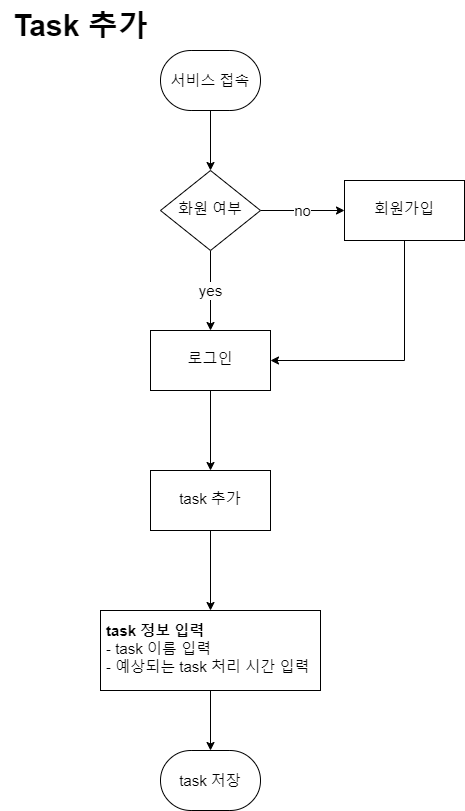
This is timetodo-flowchart/adding tasks.png from MEOHIN/todo-pe, a draw.io export, as it was before one commit. Source tidied: cells renumbered, new cells last; positions are measured from the earlier drawing's top-left corner, leaving out a move shared by most shapes. The source it was exported from:
```xml
<mxGraphModel>
  <root>
    <mxCell id="0" />
    <mxCell id="1" parent="0" />
    <mxCell id="2" value="no" style="edgeStyle=orthogonalEdgeStyle;rounded=0;jettySize=auto;html=1;entryX=0;entryY=0.5;entryDx=0;entryDy=0;fontSize=15;strokeWidth=1;" parent="1" edge="1" source="4" target="8">
      <mxGeometry relative="1" as="geometry" />
    </mxCell>
    <mxCell id="3" value="yes" style="edgeStyle=orthogonalEdgeStyle;rounded=0;jettySize=auto;html=1;fontSize=15;strokeWidth=1;" parent="1" edge="1" source="4" target="11">
      <mxGeometry relative="1" as="geometry" />
    </mxCell>
    <mxCell id="4" value="화원 여부" style="rhombus;whiteSpace=wrap;html=1;shadow=0;fontFamily=Helvetica;fontSize=15;align=center;strokeWidth=1;spacing=6;spacingTop=-4;" parent="1" vertex="1">
      <mxGeometry x="160" y="170" width="100" height="80" as="geometry" />
    </mxCell>
    <mxCell id="5" style="group;fontSize=15;strokeWidth=1;" parent="1" vertex="1">
      <mxGeometry x="160" y="50" width="100" height="60" as="geometry" />
    </mxCell>
    <mxCell id="6" value="서비스 접속" style="strokeWidth=1;html=1;shape=mxgraph.flowchart.terminator;whiteSpace=wrap;fontSize=15;" parent="5" vertex="1">
      <mxGeometry width="100" height="60" as="geometry" />
    </mxCell>
    <mxCell id="7" style="edgeStyle=orthogonalEdgeStyle;rounded=0;jettySize=auto;html=1;entryX=1;entryY=0.5;entryDx=0;entryDy=0;exitX=0.5;exitY=1;exitDx=0;exitDy=0;fontSize=15;strokeWidth=1;" parent="1" edge="1" source="8" target="11">
      <mxGeometry relative="1" as="geometry" />
    </mxCell>
    <mxCell id="8" value="회원가입" style="whiteSpace=wrap;html=1;shadow=0;strokeWidth=1;spacing=6;spacingTop=-4;fontSize=15;" parent="1" vertex="1">
      <mxGeometry x="344" y="180" width="120" height="60" as="geometry" />
    </mxCell>
    <mxCell id="9" style="edgeStyle=orthogonalEdgeStyle;rounded=0;jettySize=auto;html=1;fontSize=15;strokeWidth=1;" parent="1" edge="1" source="6">
      <mxGeometry relative="1" as="geometry">
        <mxPoint x="210" y="170" as="targetPoint" />
      </mxGeometry>
    </mxCell>
    <mxCell id="10" style="edgeStyle=orthogonalEdgeStyle;rounded=0;jettySize=auto;html=1;fontSize=15;strokeWidth=1;" parent="1" edge="1" source="11" target="13">
      <mxGeometry relative="1" as="geometry" />
    </mxCell>
    <mxCell id="11" value="로그인" style="whiteSpace=wrap;html=1;shadow=0;strokeWidth=1;spacing=6;spacingTop=-4;fontSize=15;" parent="1" vertex="1">
      <mxGeometry x="150" y="330" width="120" height="60" as="geometry" />
    </mxCell>
    <mxCell id="12" style="edgeStyle=orthogonalEdgeStyle;rounded=0;jettySize=auto;html=1;fontSize=15;strokeWidth=1;" parent="1" edge="1" source="13" target="15">
      <mxGeometry relative="1" as="geometry" />
    </mxCell>
    <mxCell id="13" value="task 추가" style="whiteSpace=wrap;html=1;shadow=0;strokeWidth=1;spacing=6;spacingTop=-4;fontSize=15;" parent="1" vertex="1">
      <mxGeometry x="150" y="470" width="120" height="60" as="geometry" />
    </mxCell>
    <mxCell id="14" style="edgeStyle=orthogonalEdgeStyle;rounded=0;jettySize=auto;html=1;strokeWidth=1;fontSize=15;" parent="1" edge="1" source="15">
      <mxGeometry relative="1" as="geometry">
        <mxPoint x="210" y="750" as="targetPoint" />
      </mxGeometry>
    </mxCell>
    <mxCell id="15" value="&lt;b&gt;task 정보 입력&lt;br style=&quot;font-size: 15px;&quot;&gt;&lt;div style=&quot;&quot;&gt;&lt;span style=&quot;background-color: initial; font-weight: normal;&quot;&gt;- task 이름 입력&lt;/span&gt;&lt;/div&gt;&lt;/b&gt;&lt;font style=&quot;font-size: 15px;&quot;&gt;- 예상되는 task 처리 시간 입력&lt;/font&gt;" style="whiteSpace=wrap;html=1;shadow=0;strokeWidth=1;spacing=6;spacingTop=-4;fontSize=15;align=left;" parent="1" vertex="1">
      <mxGeometry x="100" y="610" width="220" height="80" as="geometry" />
    </mxCell>
    <mxCell id="16" value="task 저장" style="strokeWidth=1;html=1;shape=mxgraph.flowchart.terminator;whiteSpace=wrap;fontSize=15;" parent="1" vertex="1">
      <mxGeometry x="160" y="750" width="100" height="60" as="geometry" />
    </mxCell>
    <mxCell id="17" value="&lt;span style=&quot;font-size: 30px;&quot;&gt;Task 추가&lt;/span&gt;" style="text;html=1;align=center;verticalAlign=middle;strokeColor=none;fillColor=none;fontStyle=1;" parent="1" vertex="1">
      <mxGeometry width="160" height="50" as="geometry" />
    </mxCell>
  </root>
</mxGraphModel>
```
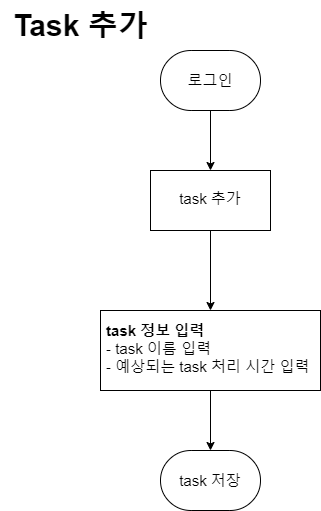
Above is the later version.

Diff of the diagram source:
```diff
@@ -2,38 +2,12 @@
   <root>
     <mxCell id="0" />
     <mxCell id="1" parent="0" />
-    <mxCell id="2" value="no" style="edgeStyle=orthogonalEdgeStyle;rounded=0;jettySize=auto;html=1;entryX=0;entryY=0.5;entryDx=0;entryDy=0;fontSize=15;strokeWidth=1;" parent="1" edge="1" source="4" target="8">
-      <mxGeometry relative="1" as="geometry" />
-    </mxCell>
-    <mxCell id="3" value="yes" style="edgeStyle=orthogonalEdgeStyle;rounded=0;jettySize=auto;html=1;fontSize=15;strokeWidth=1;" parent="1" edge="1" source="4" target="11">
-      <mxGeometry relative="1" as="geometry" />
-    </mxCell>
-    <mxCell id="4" value="화원 여부" style="rhombus;whiteSpace=wrap;html=1;shadow=0;fontFamily=Helvetica;fontSize=15;align=center;strokeWidth=1;spacing=6;spacingTop=-4;" parent="1" vertex="1">
-      <mxGeometry x="160" y="170" width="100" height="80" as="geometry" />
-    </mxCell>
     <mxCell id="5" style="group;fontSize=15;strokeWidth=1;" parent="1" vertex="1">
-      <mxGeometry x="160" y="50" width="100" height="60" as="geometry" />
+      <mxGeometry x="160" y="350" width="100" height="60" as="geometry" />
     </mxCell>
-    <mxCell id="6" value="서비스 접속" style="strokeWidth=1;html=1;shape=mxgraph.flowchart.terminator;whiteSpace=wrap;fontSize=15;" parent="5" vertex="1">
+    <mxCell id="6" value="로그인" style="strokeWidth=1;html=1;shape=mxgraph.flowchart.terminator;whiteSpace=wrap;fontSize=15;" parent="5" vertex="1">
       <mxGeometry width="100" height="60" as="geometry" />
     </mxCell>
-    <mxCell id="7" style="edgeStyle=orthogonalEdgeStyle;rounded=0;jettySize=auto;html=1;entryX=1;entryY=0.5;entryDx=0;entryDy=0;exitX=0.5;exitY=1;exitDx=0;exitDy=0;fontSize=15;strokeWidth=1;" parent="1" edge="1" source="8" target="11">
-      <mxGeometry relative="1" as="geometry" />
-    </mxCell>
-    <mxCell id="8" value="회원가입" style="whiteSpace=wrap;html=1;shadow=0;strokeWidth=1;spacing=6;spacingTop=-4;fontSize=15;" parent="1" vertex="1">
-      <mxGeometry x="344" y="180" width="120" height="60" as="geometry" />
-    </mxCell>
-    <mxCell id="9" style="edgeStyle=orthogonalEdgeStyle;rounded=0;jettySize=auto;html=1;fontSize=15;strokeWidth=1;" parent="1" edge="1" source="6">
-      <mxGeometry relative="1" as="geometry">
-        <mxPoint x="210" y="170" as="targetPoint" />
-      </mxGeometry>
-    </mxCell>
-    <mxCell id="10" style="edgeStyle=orthogonalEdgeStyle;rounded=0;jettySize=auto;html=1;fontSize=15;strokeWidth=1;" parent="1" edge="1" source="11" target="13">
-      <mxGeometry relative="1" as="geometry" />
-    </mxCell>
-    <mxCell id="11" value="로그인" style="whiteSpace=wrap;html=1;shadow=0;strokeWidth=1;spacing=6;spacingTop=-4;fontSize=15;" parent="1" vertex="1">
-      <mxGeometry x="150" y="330" width="120" height="60" as="geometry" />
-    </mxCell>
     <mxCell id="12" style="edgeStyle=orthogonalEdgeStyle;rounded=0;jettySize=auto;html=1;fontSize=15;strokeWidth=1;" parent="1" edge="1" source="13" target="15">
       <mxGeometry relative="1" as="geometry" />
     </mxCell>
@@ -52,7 +26,10 @@
       <mxGeometry x="160" y="750" width="100" height="60" as="geometry" />
     </mxCell>
     <mxCell id="17" value="&lt;span style=&quot;font-size: 30px;&quot;&gt;Task 추가&lt;/span&gt;" style="text;html=1;align=center;verticalAlign=middle;strokeColor=none;fillColor=none;fontStyle=1;" parent="1" vertex="1">
-      <mxGeometry width="160" height="50" as="geometry" />
+      <mxGeometry y="300" width="160" height="50" as="geometry" />
     </mxCell>
+    <mxCell id="18" style="edgeStyle=orthogonalEdgeStyle;rounded=0;jettySize=auto;html=1;" parent="1" edge="1" source="6" target="13">
+      <mxGeometry relative="1" as="geometry" />
+    </mxCell>
   </root>
 </mxGraphModel>
```
